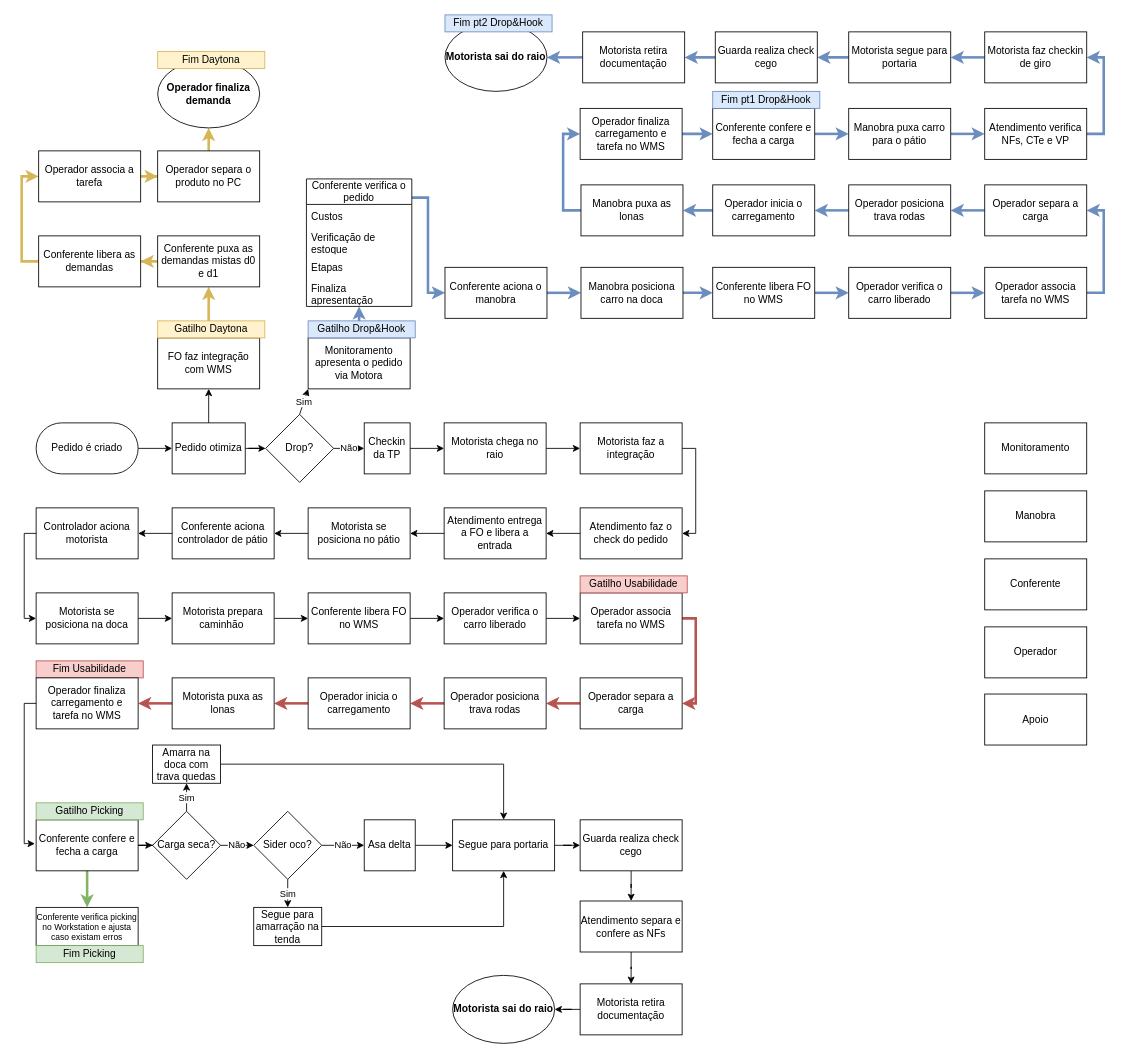
Before: WMS - Carregamento.drawio in VictorAlvesMatias/fluxogramas, a draw.io diagram. Source tidied: cells renumbered, new cells numbered last; positions are measured from the earlier drawing's top-left corner, leaving out a move shared by most shapes. Both pictures are drawn from the tidied source at 85%, with x=0, y=0 at pixel (24, 14).
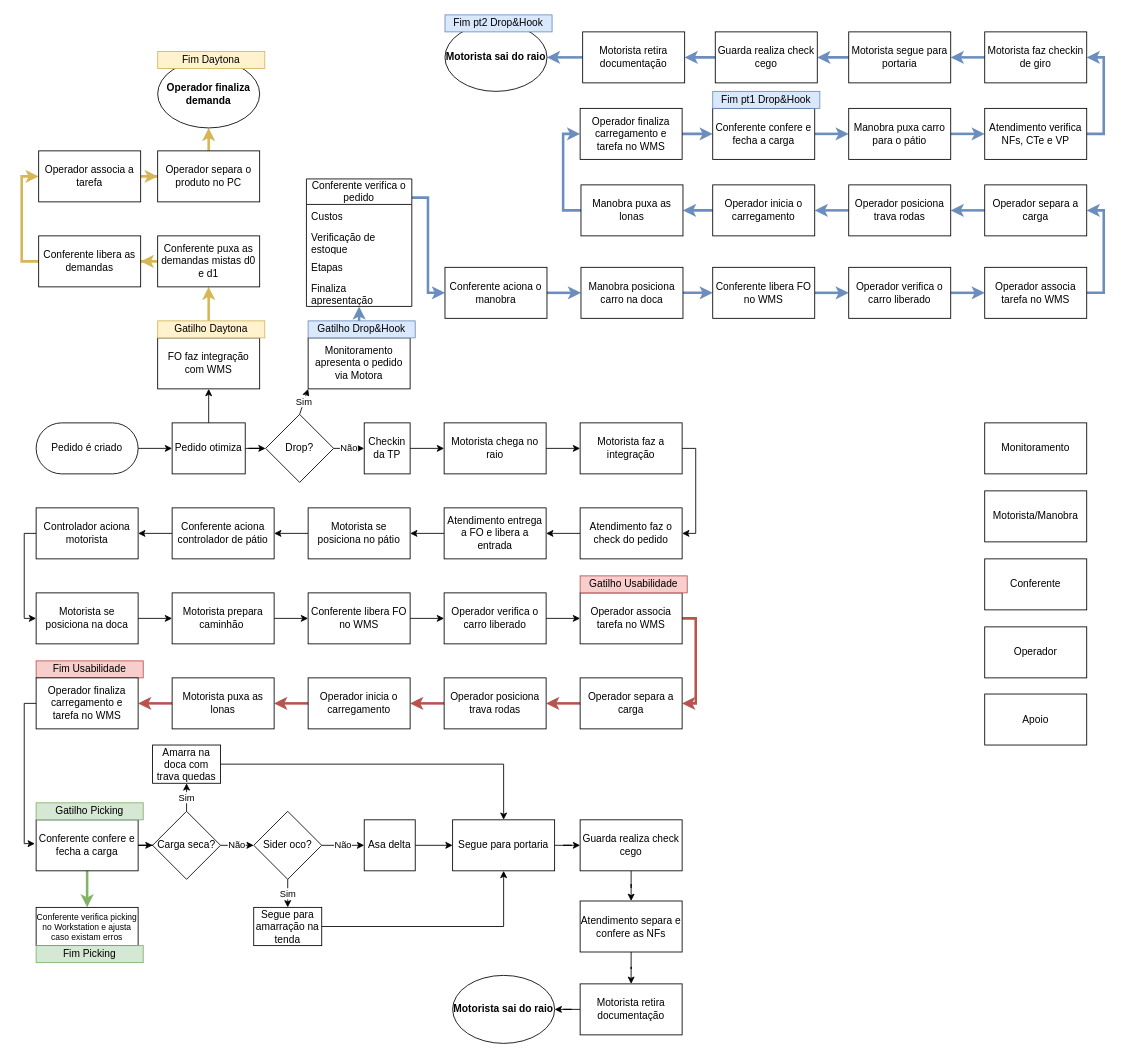
After the change.

Change to the diagram source:
```diff
@@
-    <mxCell id="135" value="Manobra" style="rounded=0;whiteSpace=wrap;html=1;" parent="1" vertex="1">
+    <mxCell id="135" value="Motorista/Manobra" style="rounded=0;whiteSpace=wrap;html=1;" parent="1" vertex="1">
       <mxGeometry x="1130" y="560" width="120" height="60" as="geometry" />
     </mxCell>
```
